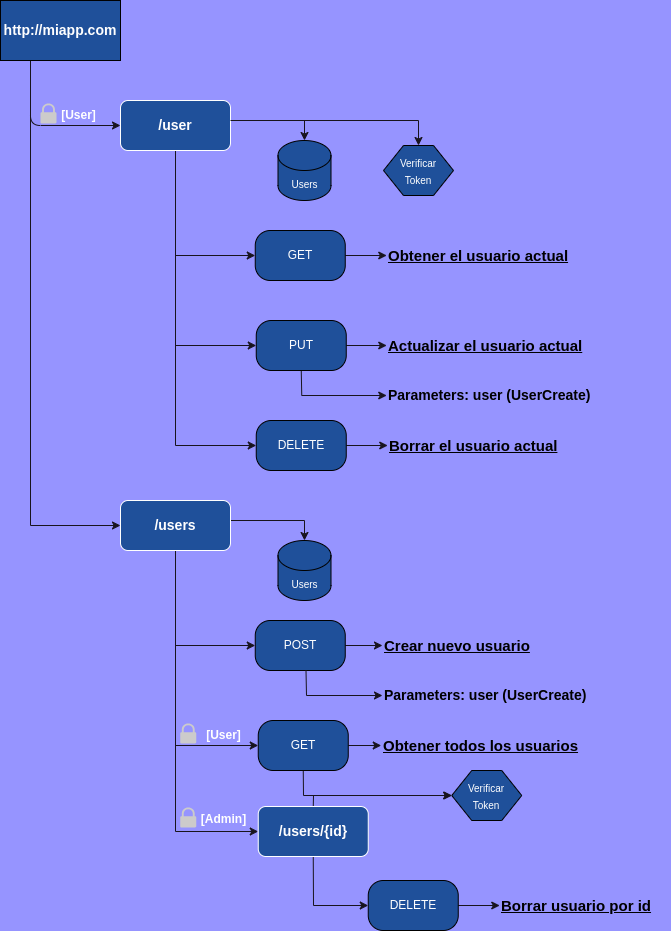
This is app/diagram.drawio.png from Jav-mol/api_users, a draw.io export, as it was before one commit. Source tidied: cells renumbered, new cells last; positions are measured from the earlier drawing's top-left corner, leaving out a move shared by most shapes.
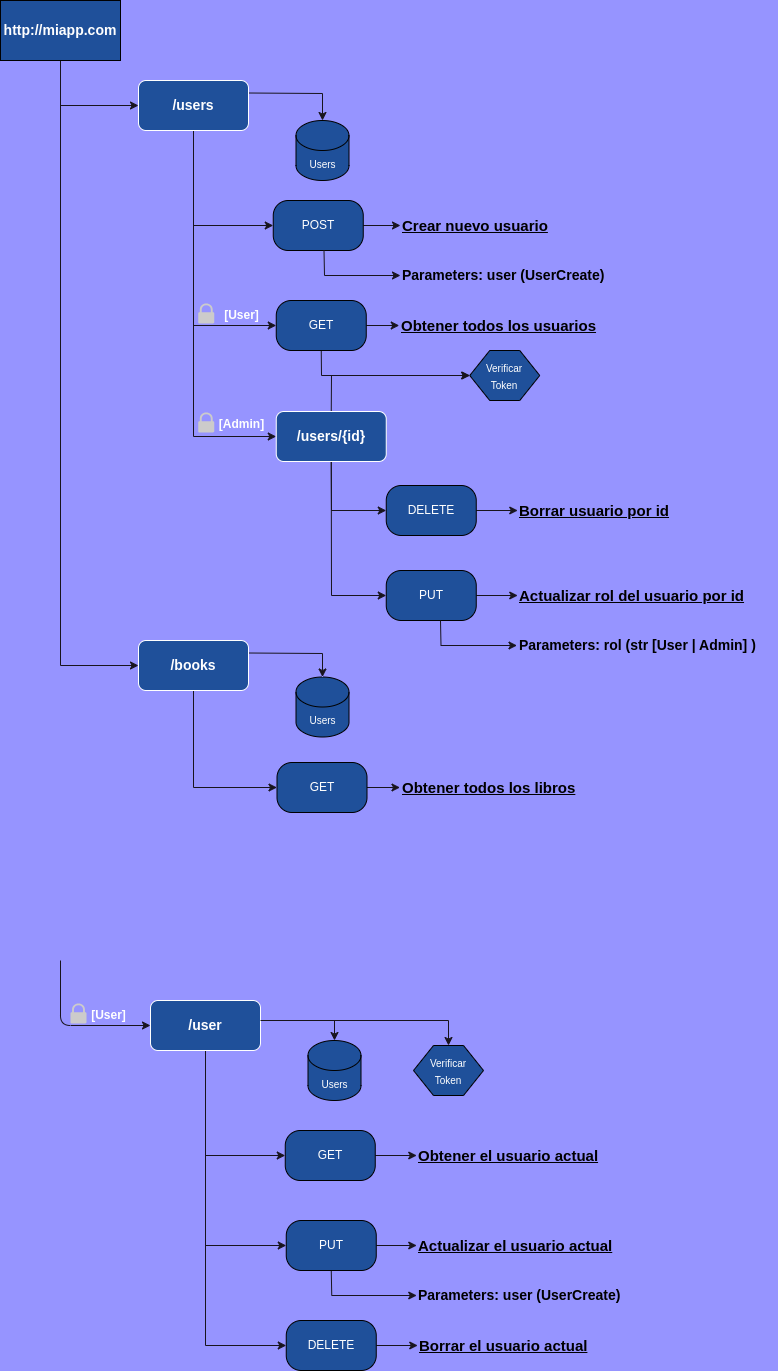
Later version of the same file.

Commit message:
diagrams books

What changed in the source:
```diff
@@ -4,6 +4,14 @@
     <mxCell id="1" parent="0" />
+    <mxCell id="3" style="edgeStyle=none;html=1;exitX=0.25;exitY=1;exitDx=0;exitDy=0;strokeColor=#18141D;" parent="1" edge="1" target="11">
+      <mxGeometry relative="1" as="geometry">
+        <mxPoint x="60" y="960" as="sourcePoint" />
+        <Array as="points">
+          <mxPoint x="60" y="1025" />
+        </Array>
+      </mxGeometry>
+    </mxCell>
-    <mxCell id="2" style="edgeStyle=none;html=1;exitX=0.25;exitY=1;exitDx=0;exitDy=0;rounded=0;strokeColor=#18141D;entryX=0;entryY=0.5;entryDx=0;entryDy=0;" parent="1" edge="1" source="4" target="30">
+    <mxCell id="2" style="edgeStyle=none;html=1;exitX=0.5;exitY=1;exitDx=0;exitDy=0;entryX=0;entryY=0.5;entryDx=0;entryDy=0;rounded=0;strokeColor=#18141D;" parent="1" edge="1" source="4" target="30">
       <mxGeometry relative="1" as="geometry">
         <Array as="points">
-          <mxPoint x="30" y="525" />
+          <mxPoint x="60" y="105" />
         </Array>
@@ -11,9 +19,9 @@
     </mxCell>
-    <mxCell id="3" style="edgeStyle=none;html=1;exitX=0.25;exitY=1;exitDx=0;exitDy=0;strokeColor=#18141D;" parent="1" edge="1" source="4" target="11">
-      <mxGeometry relative="1" as="geometry">
-        <Array as="points">
-          <mxPoint x="30" y="125" />
-        </Array>
-      </mxGeometry>
-    </mxCell>
+    <mxCell id="52" style="edgeStyle=none;rounded=0;html=1;exitX=0.5;exitY=1;exitDx=0;exitDy=0;strokeColor=#18141D;entryX=0;entryY=0.5;entryDx=0;entryDy=0;" parent="1" edge="1" source="4" target="62">
+      <mxGeometry relative="1" as="geometry">
+        <Array as="points">
+          <mxPoint x="60" y="665" />
+        </Array>
+      </mxGeometry>
+    </mxCell>
     <mxCell id="4" value="&lt;font style=&quot;font-size: 14px;&quot;&gt;http://miapp.com&lt;/font&gt;" style="rounded=0;whiteSpace=wrap;html=1;fillColor=#1F509A;fontStyle=1;fontColor=#FFFFFF;" parent="1" vertex="1">
@@ -22,6 +30,6 @@
     <mxCell id="5" style="sketch=0;shadow=0;dashed=0;html=1;strokeColor=none;labelPosition=center;verticalLabelPosition=bottom;verticalAlign=top;align=center;shape=mxgraph.office.security.lock_protected;fillColor=#CCCBCB;strokeWidth=3;fontSize=12;fontColor=#FFFFFF;" parent="1" vertex="1">
-      <mxGeometry x="40" y="103" width="16" height="20" as="geometry" />
+      <mxGeometry x="70" y="1003" width="16" height="20" as="geometry" />
     </mxCell>
     <mxCell id="6" value="&lt;b&gt;&lt;font style=&quot;font-size: 12px;&quot;&gt;[User]&lt;/font&gt;&lt;/b&gt;" style="text;html=1;align=center;verticalAlign=middle;strokeColor=none;fillColor=none;fontSize=10;fontColor=#FFFFFF;" parent="1" vertex="1">
-      <mxGeometry x="48" y="100" width="60" height="30" as="geometry" />
+      <mxGeometry x="78" y="1000" width="60" height="30" as="geometry" />
     </mxCell>
@@ -29,5 +37,5 @@
       <mxGeometry relative="1" as="geometry">
-        <mxPoint x="189" y="120" as="sourcePoint" />
+        <mxPoint x="219" y="1020" as="sourcePoint" />
         <Array as="points">
-          <mxPoint x="304" y="120" />
+          <mxPoint x="334" y="1020" />
         </Array>
@@ -38,3 +46,3 @@
         <Array as="points">
-          <mxPoint x="175" y="345" />
+          <mxPoint x="205" y="1245" />
         </Array>
@@ -45,3 +53,3 @@
         <Array as="points">
-          <mxPoint x="175" y="255" />
+          <mxPoint x="205" y="1155" />
         </Array>
@@ -52,3 +60,3 @@
         <Array as="points">
-          <mxPoint x="175" y="445" />
+          <mxPoint x="205" y="1345" />
         </Array>
@@ -57,6 +65,6 @@
     <mxCell id="11" value="&lt;font style=&quot;font-size: 14px;&quot;&gt;&lt;b&gt;/user&lt;/b&gt;&lt;/font&gt;" style="rounded=1;whiteSpace=wrap;html=1;strokeColor=#FFFFFF;fillColor=#1F509A;fontColor=#FFFFFF;" parent="1" vertex="1">
-      <mxGeometry x="120" y="100" width="110" height="50" as="geometry" />
+      <mxGeometry x="150" y="1000" width="110" height="50" as="geometry" />
     </mxCell>
     <mxCell id="12" value="&lt;u style=&quot;font-size: 15px;&quot;&gt;&lt;b style=&quot;font-size: 15px;&quot;&gt;Obtener el usuario actual&lt;/b&gt;&lt;/u&gt;" style="text;html=1;align=left;verticalAlign=middle;points=[];strokeColor=none;fillColor=none;fontSize=15;" parent="1" vertex="1">
-      <mxGeometry x="386.2" y="240" width="200" height="30" as="geometry" />
+      <mxGeometry x="416.2" y="1140" width="200" height="30" as="geometry" />
     </mxCell>
@@ -64,5 +72,5 @@
       <mxGeometry relative="1" as="geometry">
-        <mxPoint x="230" y="120" as="sourcePoint" />
+        <mxPoint x="260" y="1020" as="sourcePoint" />
         <Array as="points">
-          <mxPoint x="418" y="120" />
+          <mxPoint x="448" y="1020" />
         </Array>
@@ -74,12 +82,12 @@
     <mxCell id="15" value="GET" style="rounded=1;whiteSpace=wrap;html=1;arcSize=30;fillColor=#1F509A;fontColor=#FFFFFF;" parent="1" vertex="1">
-      <mxGeometry x="254.8" y="230" width="90" height="50" as="geometry" />
+      <mxGeometry x="284.8" y="1130" width="90" height="50" as="geometry" />
     </mxCell>
     <mxCell id="16" value="&lt;font style=&quot;font-size: 10px;&quot;&gt;Users&lt;/font&gt;" style="shape=cylinder3;whiteSpace=wrap;html=1;boundedLbl=1;backgroundOutline=1;size=15;strokeWidth=1;fontSize=14;fillColor=#1F509A;fontColor=#FFFFFF;" parent="1" vertex="1">
-      <mxGeometry x="277.5" y="140" width="53" height="60" as="geometry" />
+      <mxGeometry x="307.5" y="1040" width="53" height="60" as="geometry" />
     </mxCell>
     <mxCell id="17" value="&lt;font style=&quot;font-size: 10px;&quot;&gt;Verificar &lt;br&gt;Token&lt;/font&gt;" style="shape=hexagon;perimeter=hexagonPerimeter2;whiteSpace=wrap;html=1;fixedSize=1;strokeWidth=1;fontSize=14;fillColor=#1F509A;fontColor=#FFFFFF;" parent="1" vertex="1">
-      <mxGeometry x="383" y="145" width="70" height="50" as="geometry" />
+      <mxGeometry x="413" y="1045" width="70" height="50" as="geometry" />
     </mxCell>
     <mxCell id="18" value="&lt;u style=&quot;font-size: 15px;&quot;&gt;&lt;b style=&quot;font-size: 15px;&quot;&gt;Actualizar el usuario actual&lt;/b&gt;&lt;/u&gt;" style="text;html=1;align=left;verticalAlign=middle;points=[];strokeColor=none;fillColor=none;fontSize=15;" parent="1" vertex="1">
-      <mxGeometry x="386.2" y="330" width="220" height="30" as="geometry" />
+      <mxGeometry x="416.2" y="1230" width="220" height="30" as="geometry" />
     </mxCell>
@@ -88,6 +96,7 @@
     </mxCell>
-    <mxCell id="20" style="edgeStyle=none;rounded=0;html=1;exitX=0.5;exitY=1;exitDx=0;exitDy=0;strokeColor=#18141D;fontSize=14;" parent="1" edge="1" source="21" target="22">
+    <mxCell id="20" style="edgeStyle=none;rounded=0;html=1;exitX=0.5;exitY=1;exitDx=0;exitDy=0;strokeColor=#18141D;fontSize=14;" parent="1" edge="1" source="21">
       <mxGeometry relative="1" as="geometry">
+        <mxPoint x="416.2" y="1295" as="targetPoint" />
         <Array as="points">
-          <mxPoint x="301.2" y="395" />
+          <mxPoint x="331.2" y="1295" />
         </Array>
@@ -96,9 +105,9 @@
     <mxCell id="21" value="PUT" style="rounded=1;whiteSpace=wrap;html=1;arcSize=30;fillColor=#1F509A;fontColor=#FFFFFF;" parent="1" vertex="1">
-      <mxGeometry x="255.8" y="320" width="90" height="50" as="geometry" />
+      <mxGeometry x="285.8" y="1220" width="90" height="50" as="geometry" />
     </mxCell>
     <mxCell id="22" value="&lt;b&gt;Parameters: user (UserCreate)&lt;/b&gt;" style="text;html=1;align=left;verticalAlign=middle;points=[];strokeColor=none;fillColor=none;fontSize=14;" parent="1" vertex="1">
-      <mxGeometry x="386.2" y="380" width="230" height="30" as="geometry" />
+      <mxGeometry x="416.2" y="1280" width="230" height="30" as="geometry" />
     </mxCell>
     <mxCell id="23" value="&lt;u style=&quot;font-size: 15px;&quot;&gt;&lt;b style=&quot;font-size: 15px;&quot;&gt;Borrar el usuario actual&lt;/b&gt;&lt;/u&gt;" style="text;html=1;align=left;verticalAlign=middle;points=[];strokeColor=none;fillColor=none;fontSize=15;" parent="1" vertex="1">
-      <mxGeometry x="387.2" y="430" width="190" height="30" as="geometry" />
+      <mxGeometry x="417.2" y="1330" width="190" height="30" as="geometry" />
     </mxCell>
@@ -108,12 +117,4 @@
     <mxCell id="25" value="DELETE" style="rounded=1;whiteSpace=wrap;html=1;arcSize=30;fillColor=#1F509A;fontColor=#FFFFFF;" parent="1" vertex="1">
-      <mxGeometry x="255.8" y="420" width="90" height="50" as="geometry" />
+      <mxGeometry x="285.8" y="1320" width="90" height="50" as="geometry" />
     </mxCell>
-    <mxCell id="26" style="edgeStyle=none;rounded=0;html=1;entryX=0.5;entryY=0;entryDx=0;entryDy=0;entryPerimeter=0;strokeColor=#18141D;fontSize=14;" parent="1" edge="1" target="31">
-      <mxGeometry relative="1" as="geometry">
-        <mxPoint x="189" y="520" as="sourcePoint" />
-        <Array as="points">
-          <mxPoint x="304" y="520" />
-        </Array>
-      </mxGeometry>
-    </mxCell>
     <mxCell id="27" style="edgeStyle=none;rounded=0;html=1;exitX=0.5;exitY=1;exitDx=0;exitDy=0;entryX=0;entryY=0.5;entryDx=0;entryDy=0;strokeColor=#18141D;fontSize=15;" parent="1" edge="1" source="30" target="38">
@@ -121,3 +122,3 @@
         <Array as="points">
-          <mxPoint x="175" y="745" />
+          <mxPoint x="193" y="325" />
         </Array>
@@ -128,4 +129,4 @@
         <Array as="points">
-          <mxPoint x="175" y="720" />
-          <mxPoint x="175" y="831" />
+          <mxPoint x="193" y="300" />
+          <mxPoint x="193" y="436" />
         </Array>
@@ -136,3 +137,3 @@
         <Array as="points">
-          <mxPoint x="175" y="645" />
+          <mxPoint x="193" y="225" />
         </Array>
@@ -140,19 +141,26 @@
     </mxCell>
+    <mxCell id="53" style="edgeStyle=none;rounded=0;html=1;exitX=1;exitY=0.25;exitDx=0;exitDy=0;entryX=0.5;entryY=0;entryDx=0;entryDy=0;entryPerimeter=0;strokeColor=#18141D;" parent="1" edge="1" source="30" target="31">
+      <mxGeometry relative="1" as="geometry">
+        <Array as="points">
+          <mxPoint x="322" y="93" />
+        </Array>
+      </mxGeometry>
+    </mxCell>
     <mxCell id="30" value="&lt;font style=&quot;font-size: 14px;&quot;&gt;&lt;b&gt;/users&lt;/b&gt;&lt;/font&gt;" style="rounded=1;whiteSpace=wrap;html=1;strokeColor=#FFFFFF;fillColor=#1F509A;fontColor=#FFFFFF;" parent="1" vertex="1">
-      <mxGeometry x="120" y="500" width="110" height="50" as="geometry" />
+      <mxGeometry x="138" y="80" width="110" height="50" as="geometry" />
     </mxCell>
     <mxCell id="31" value="&lt;font style=&quot;font-size: 10px;&quot;&gt;Users&lt;/font&gt;" style="shape=cylinder3;whiteSpace=wrap;html=1;boundedLbl=1;backgroundOutline=1;size=15;strokeWidth=1;fontSize=14;fillColor=#1F509A;fontColor=#FFFFFF;" parent="1" vertex="1">
-      <mxGeometry x="277.5" y="540" width="53" height="60" as="geometry" />
+      <mxGeometry x="295.5" y="120" width="53" height="60" as="geometry" />
     </mxCell>
     <mxCell id="32" value="&lt;font style=&quot;font-size: 10px;&quot;&gt;Verificar &lt;br&gt;Token&lt;/font&gt;" style="shape=hexagon;perimeter=hexagonPerimeter2;whiteSpace=wrap;html=1;fixedSize=1;strokeWidth=1;fontSize=14;fillColor=#1F509A;fontColor=#FFFFFF;" parent="1" vertex="1">
-      <mxGeometry x="451.2" y="770" width="70" height="50" as="geometry" />
+      <mxGeometry x="469.2" y="350" width="70" height="50" as="geometry" />
     </mxCell>
     <mxCell id="33" style="sketch=0;shadow=0;dashed=0;html=1;strokeColor=none;labelPosition=center;verticalLabelPosition=bottom;verticalAlign=top;align=center;shape=mxgraph.office.security.lock_protected;fillColor=#CCCBCB;strokeWidth=3;fontSize=12;fontColor=#FFFFFF;" parent="1" vertex="1">
-      <mxGeometry x="179.8" y="723" width="16" height="20" as="geometry" />
+      <mxGeometry x="197.8" y="303" width="16" height="20" as="geometry" />
     </mxCell>
     <mxCell id="34" value="&lt;b&gt;&lt;font style=&quot;font-size: 12px;&quot;&gt;[User]&lt;/font&gt;&lt;/b&gt;" style="text;html=1;align=center;verticalAlign=middle;strokeColor=none;fillColor=none;fontSize=10;fontColor=#FFFFFF;" parent="1" vertex="1">
-      <mxGeometry x="193" y="720" width="60" height="30" as="geometry" />
+      <mxGeometry x="211" y="300" width="60" height="30" as="geometry" />
     </mxCell>
     <mxCell id="35" value="&lt;u style=&quot;font-size: 15px;&quot;&gt;&lt;b style=&quot;font-size: 15px;&quot;&gt;Obtener todos los usuarios&lt;/b&gt;&lt;/u&gt;" style="text;html=1;align=left;verticalAlign=middle;points=[];strokeColor=none;fillColor=none;fontSize=15;" parent="1" vertex="1">
-      <mxGeometry x="380.8" y="730" width="220" height="30" as="geometry" />
+      <mxGeometry x="398.8" y="310" width="220" height="30" as="geometry" />
     </mxCell>
@@ -164,3 +172,3 @@
         <Array as="points">
-          <mxPoint x="303" y="795" />
+          <mxPoint x="321" y="375" />
         </Array>
@@ -169,3 +177,3 @@
     <mxCell id="38" value="GET" style="rounded=1;whiteSpace=wrap;html=1;arcSize=30;fillColor=#1F509A;fontColor=#FFFFFF;" parent="1" vertex="1">
-      <mxGeometry x="257.8" y="720" width="90" height="50" as="geometry" />
+      <mxGeometry x="275.8" y="300" width="90" height="50" as="geometry" />
     </mxCell>
@@ -174,3 +182,3 @@
         <Array as="points">
-          <mxPoint x="313" y="905" />
+          <mxPoint x="331" y="510" />
         </Array>
@@ -178,6 +186,6 @@
     </mxCell>
-    <mxCell id="40" style="edgeStyle=none;rounded=0;html=1;exitX=0.5;exitY=0;exitDx=0;exitDy=0;entryX=0;entryY=0.5;entryDx=0;entryDy=0;strokeColor=#18141D;fontSize=15;fontColor=#FFFFFF;" parent="1" edge="1" source="41" target="32">
+    <mxCell id="40" style="edgeStyle=none;rounded=0;html=1;exitX=0.5;exitY=0;exitDx=0;exitDy=0;entryX=0;entryY=0.5;entryDx=0;entryDy=0;strokeColor=#18141D;" parent="1" edge="1" source="41" target="32">
       <mxGeometry relative="1" as="geometry">
         <Array as="points">
-          <mxPoint x="313" y="795" />
+          <mxPoint x="331" y="375" />
         </Array>
@@ -185,7 +193,14 @@
     </mxCell>
+    <mxCell id="54" style="edgeStyle=none;rounded=0;html=1;exitX=0.5;exitY=1;exitDx=0;exitDy=0;entryX=0;entryY=0.5;entryDx=0;entryDy=0;strokeColor=#18141D;" parent="1" edge="1" source="41" target="57">
+      <mxGeometry relative="1" as="geometry">
+        <Array as="points">
+          <mxPoint x="331" y="595" />
+        </Array>
+      </mxGeometry>
+    </mxCell>
     <mxCell id="41" value="&lt;font style=&quot;font-size: 14px;&quot;&gt;&lt;b&gt;/users/{id}&lt;/b&gt;&lt;/font&gt;" style="rounded=1;whiteSpace=wrap;html=1;strokeColor=#FFFFFF;fillColor=#1F509A;fontColor=#FFFFFF;" parent="1" vertex="1">
-      <mxGeometry x="257.8" y="806" width="110" height="50" as="geometry" />
+      <mxGeometry x="275.8" y="411" width="110" height="50" as="geometry" />
     </mxCell>
     <mxCell id="42" value="&lt;b&gt;&lt;u&gt;Borrar usuario por id&lt;/u&gt;&lt;/b&gt;" style="text;html=1;align=left;verticalAlign=middle;points=[];strokeColor=none;fillColor=none;fontSize=15;" parent="1" vertex="1">
-      <mxGeometry x="499.2" y="890" width="170" height="30" as="geometry" />
+      <mxGeometry x="517.2" y="495" width="170" height="30" as="geometry" />
     </mxCell>
@@ -195,12 +210,12 @@
     <mxCell id="44" value="DELETE" style="rounded=1;whiteSpace=wrap;html=1;arcSize=30;fillColor=#1F509A;fontColor=#FFFFFF;" parent="1" vertex="1">
-      <mxGeometry x="367.8" y="880" width="90" height="50" as="geometry" />
+      <mxGeometry x="385.8" y="485" width="90" height="50" as="geometry" />
     </mxCell>
     <mxCell id="45" style="sketch=0;shadow=0;dashed=0;html=1;strokeColor=none;labelPosition=center;verticalLabelPosition=bottom;verticalAlign=top;align=center;shape=mxgraph.office.security.lock_protected;fillColor=#CCCBCB;strokeWidth=3;fontSize=12;fontColor=#FFFFFF;" parent="1" vertex="1">
-      <mxGeometry x="179.8" y="807" width="16" height="20" as="geometry" />
+      <mxGeometry x="197.8" y="412" width="16" height="20" as="geometry" />
     </mxCell>
     <mxCell id="46" value="&lt;b&gt;&lt;font style=&quot;font-size: 12px;&quot;&gt;[Admin]&lt;/font&gt;&lt;/b&gt;" style="text;html=1;align=center;verticalAlign=middle;strokeColor=none;fillColor=none;fontSize=10;fontColor=#FFFFFF;" parent="1" vertex="1">
-      <mxGeometry x="187.8" y="804" width="70" height="30" as="geometry" />
+      <mxGeometry x="205.8" y="409" width="70" height="30" as="geometry" />
     </mxCell>
     <mxCell id="47" value="&lt;b&gt;&lt;u&gt;Crear nuevo usuario&lt;/u&gt;&lt;/b&gt;" style="text;html=1;align=left;verticalAlign=middle;points=[];strokeColor=none;fillColor=none;fontSize=15;" parent="1" vertex="1">
-      <mxGeometry x="382" y="630" width="170" height="30" as="geometry" />
+      <mxGeometry x="400" y="210" width="170" height="30" as="geometry" />
     </mxCell>
@@ -210,3 +225,3 @@
     <mxCell id="49" value="POST" style="rounded=1;whiteSpace=wrap;html=1;arcSize=30;fillColor=#1F509A;fontColor=#FFFFFF;" parent="1" vertex="1">
-      <mxGeometry x="254.8" y="620" width="90" height="50" as="geometry" />
+      <mxGeometry x="272.8" y="200" width="90" height="50" as="geometry" />
     </mxCell>
@@ -214,5 +229,5 @@
       <mxGeometry relative="1" as="geometry">
-        <mxPoint x="305.5" y="670" as="sourcePoint" />
+        <mxPoint x="323.5" y="250" as="sourcePoint" />
         <Array as="points">
-          <mxPoint x="306" y="695" />
+          <mxPoint x="324" y="275" />
         </Array>
@@ -221,4 +236,53 @@
     <mxCell id="51" value="&lt;b&gt;Parameters: user (UserCreate)&lt;/b&gt;" style="text;html=1;align=left;verticalAlign=middle;points=[];strokeColor=none;fillColor=none;fontSize=14;" parent="1" vertex="1">
-      <mxGeometry x="382" y="680" width="230" height="30" as="geometry" />
+      <mxGeometry x="400" y="260" width="230" height="30" as="geometry" />
     </mxCell>
+    <mxCell id="55" value="&lt;b&gt;&lt;u&gt;Actualizar rol del usuario por id&lt;/u&gt;&lt;/b&gt;" style="text;html=1;align=left;verticalAlign=middle;points=[];strokeColor=none;fillColor=none;fontSize=15;" parent="1" vertex="1">
+      <mxGeometry x="517.2" y="580" width="250" height="30" as="geometry" />
+    </mxCell>
+    <mxCell id="56" style="edgeStyle=none;rounded=0;html=1;strokeColor=#18141D;fontSize=14;" parent="1" edge="1" source="57" target="55">
+      <mxGeometry relative="1" as="geometry" />
+    </mxCell>
+    <mxCell id="57" value="PUT" style="rounded=1;whiteSpace=wrap;html=1;arcSize=30;fillColor=#1F509A;fontColor=#FFFFFF;" parent="1" vertex="1">
+      <mxGeometry x="385.8" y="570" width="90" height="50" as="geometry" />
+    </mxCell>
+    <mxCell id="58" style="edgeStyle=none;rounded=0;html=1;exitX=0.5;exitY=1;exitDx=0;exitDy=0;strokeColor=#18141D;fontSize=14;" parent="1" edge="1" target="59">
+      <mxGeometry relative="1" as="geometry">
+        <mxPoint x="440" y="620" as="sourcePoint" />
+        <Array as="points">
+          <mxPoint x="440.5" y="645" />
+        </Array>
+      </mxGeometry>
+    </mxCell>
+    <mxCell id="59" value="&lt;b&gt;Parameters: rol (str [User | Admin] )&lt;/b&gt;" style="text;html=1;align=left;verticalAlign=middle;points=[];strokeColor=none;fillColor=none;fontSize=14;" parent="1" vertex="1">
+      <mxGeometry x="516.5" y="630" width="260" height="30" as="geometry" />
+    </mxCell>
+    <mxCell id="60" style="edgeStyle=none;rounded=0;html=1;exitX=1;exitY=0.25;exitDx=0;exitDy=0;entryX=0.5;entryY=0;entryDx=0;entryDy=0;entryPerimeter=0;strokeColor=#18141D;" parent="1" edge="1" source="62" target="63">
+      <mxGeometry relative="1" as="geometry">
+        <Array as="points">
+          <mxPoint x="322" y="653" />
+        </Array>
+      </mxGeometry>
+    </mxCell>
+    <mxCell id="61" style="edgeStyle=none;rounded=0;html=1;exitX=0.5;exitY=1;exitDx=0;exitDy=0;entryX=0;entryY=0.5;entryDx=0;entryDy=0;strokeColor=#18141D;" parent="1" edge="1" source="62" target="66">
+      <mxGeometry relative="1" as="geometry">
+        <Array as="points">
+          <mxPoint x="193" y="787" />
+        </Array>
+      </mxGeometry>
+    </mxCell>
+    <mxCell id="62" value="&lt;font style=&quot;font-size: 14px;&quot;&gt;&lt;b&gt;/books&lt;/b&gt;&lt;/font&gt;" style="rounded=1;whiteSpace=wrap;html=1;strokeColor=#FFFFFF;fillColor=#1F509A;fontColor=#FFFFFF;" parent="1" vertex="1">
+      <mxGeometry x="138" y="640" width="110" height="50" as="geometry" />
+    </mxCell>
+    <mxCell id="63" value="&lt;font style=&quot;font-size: 10px;&quot;&gt;Users&lt;/font&gt;" style="shape=cylinder3;whiteSpace=wrap;html=1;boundedLbl=1;backgroundOutline=1;size=15;strokeWidth=1;fontSize=14;fillColor=#1F509A;fontColor=#FFFFFF;" parent="1" vertex="1">
+      <mxGeometry x="295.5" y="676.5" width="53" height="60" as="geometry" />
+    </mxCell>
+    <mxCell id="64" value="&lt;u style=&quot;font-size: 15px;&quot;&gt;&lt;b style=&quot;font-size: 15px;&quot;&gt;Obtener todos los libros&lt;/b&gt;&lt;/u&gt;" style="text;html=1;align=left;verticalAlign=middle;points=[];strokeColor=none;fillColor=none;fontSize=15;" parent="1" vertex="1">
+      <mxGeometry x="399.5" y="772" width="200" height="30" as="geometry" />
+    </mxCell>
+    <mxCell id="65" style="edgeStyle=none;rounded=0;html=1;strokeColor=#18141D;fontSize=14;" parent="1" edge="1" source="66" target="64">
+      <mxGeometry relative="1" as="geometry" />
+    </mxCell>
+    <mxCell id="66" value="GET" style="rounded=1;whiteSpace=wrap;html=1;arcSize=30;fillColor=#1F509A;fontColor=#FFFFFF;" parent="1" vertex="1">
+      <mxGeometry x="276.5" y="762" width="90" height="50" as="geometry" />
+    </mxCell>
   </root>
```
